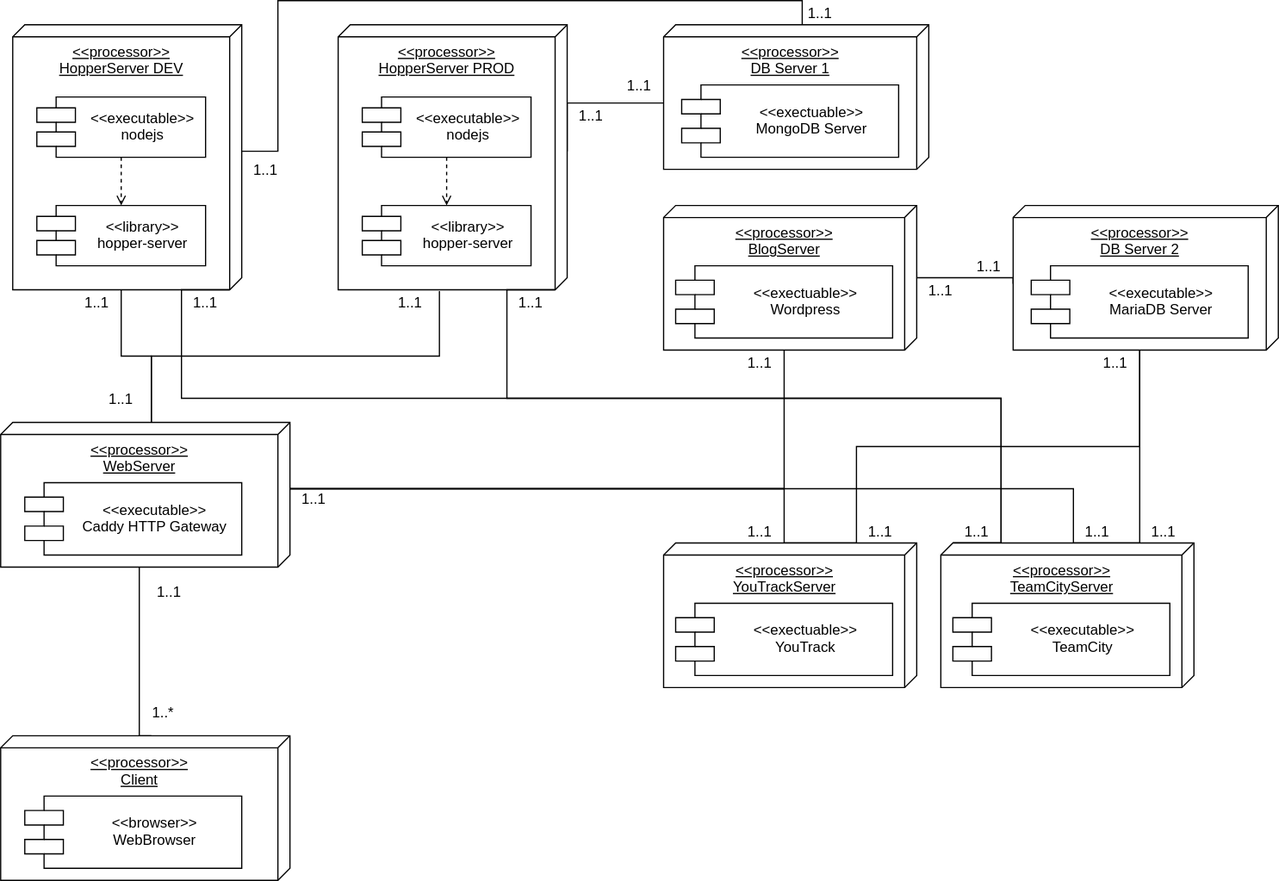
The draw.io diagram img/deployment.svg in hopperteam/hopper-doc, before a commit. Source tidied: cells renumbered, new cells last; positions are measured from the earlier drawing's top-left corner, leaving out a move shared by most shapes.
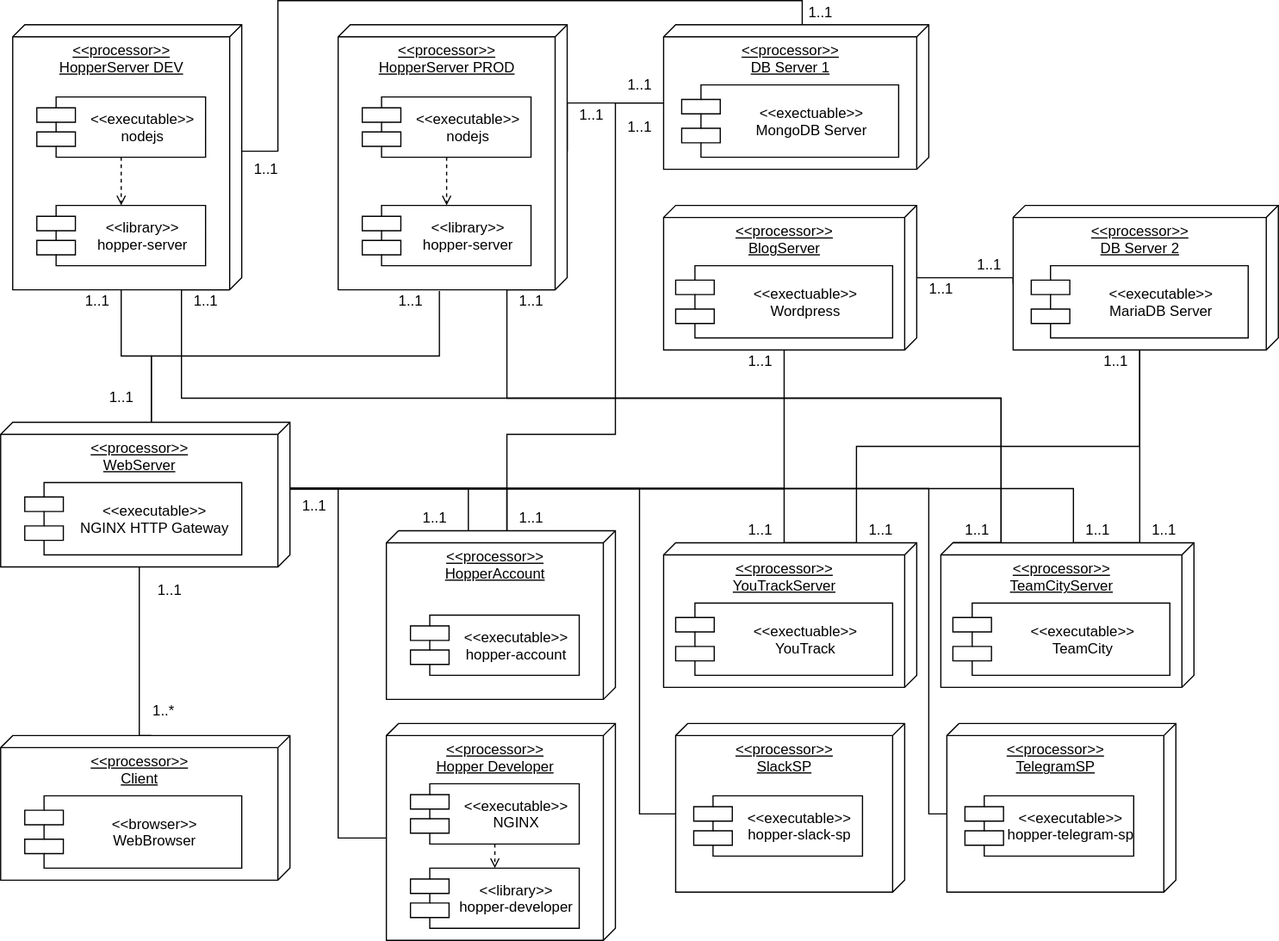
The same diagram one commit later.

The edit, as a diff of the source:
```diff
@@ -5,6 +5,36 @@
     <mxCell id="2" style="edgeStyle=orthogonalEdgeStyle;rounded=0;jettySize=auto;html=1;exitX=0;exitY=0;exitDx=0;exitDy=115;exitPerimeter=0;entryX=1.005;entryY=0.558;entryDx=0;entryDy=0;entryPerimeter=0;endArrow=none;endFill=0;" parent="1" edge="1" source="3" target="6">
       <mxGeometry relative="1" as="geometry" />
     </mxCell>
+    <mxCell id="58" style="edgeStyle=orthogonalEdgeStyle;rounded=0;jettySize=auto;html=1;exitX=0;exitY=0;exitDx=55;exitDy=0;exitPerimeter=0;entryX=0;entryY=0;entryDx=0;entryDy=90;entryPerimeter=0;endArrow=none;endFill=0;" parent="1" edge="1" source="3" target="64">
+      <mxGeometry relative="1" as="geometry" />
+    </mxCell>
+    <mxCell id="59" style="edgeStyle=orthogonalEdgeStyle;rounded=0;jettySize=auto;html=1;exitX=0;exitY=0;exitDx=55;exitDy=0;exitPerimeter=0;entryX=0;entryY=0.642;entryDx=0;entryDy=0;entryPerimeter=0;endArrow=none;endFill=0;" parent="1" edge="1" source="3" target="64">
+      <mxGeometry relative="1" as="geometry" />
+    </mxCell>
+    <mxCell id="60" style="edgeStyle=orthogonalEdgeStyle;rounded=0;jettySize=auto;html=1;exitX=0;exitY=0;exitDx=55;exitDy=0;exitPerimeter=0;entryX=0;entryY=0;entryDx=95;entryDy=190;entryPerimeter=0;endArrow=none;endFill=0;" parent="1" edge="1" source="3" target="73">
+      <mxGeometry relative="1" as="geometry">
+        <Array as="points">
+          <mxPoint x="280" y="405" />
+          <mxPoint x="280" y="695" />
+        </Array>
+      </mxGeometry>
+    </mxCell>
+    <mxCell id="61" style="edgeStyle=orthogonalEdgeStyle;rounded=0;jettySize=auto;html=1;exitX=0;exitY=0;exitDx=55;exitDy=0;exitPerimeter=0;entryX=0;entryY=0;entryDx=75;entryDy=190;entryPerimeter=0;endArrow=none;endFill=0;" parent="1" edge="1" source="3" target="69">
+      <mxGeometry relative="1" as="geometry">
+        <Array as="points">
+          <mxPoint x="530" y="405" />
+          <mxPoint x="530" y="675" />
+        </Array>
+      </mxGeometry>
+    </mxCell>
+    <mxCell id="62" style="edgeStyle=orthogonalEdgeStyle;rounded=0;jettySize=auto;html=1;exitX=0;exitY=0;exitDx=55;exitDy=0;exitPerimeter=0;entryX=0;entryY=0;entryDx=75;entryDy=190;entryPerimeter=0;endArrow=none;endFill=0;" parent="1" edge="1" source="3" target="71">
+      <mxGeometry relative="1" as="geometry">
+        <Array as="points">
+          <mxPoint x="770" y="405" />
+          <mxPoint x="770" y="675" />
+        </Array>
+      </mxGeometry>
+    </mxCell>
     <mxCell id="3" value="&amp;lt;&amp;lt;processor&amp;gt;&amp;gt;&lt;br&gt;WebServer" style="verticalAlign=top;align=center;spacingTop=8;spacingLeft=2;spacingRight=12;shape=cube;size=10;direction=south;fontStyle=4;html=1;" parent="1" vertex="1">
       <mxGeometry y="350" width="240" height="120" as="geometry" />
     </mxCell>
@@ -35,7 +65,7 @@
     <mxCell id="9" value="&amp;lt;&amp;lt;processor&amp;gt;&amp;gt;&lt;br&gt;BlogServer" style="verticalAlign=top;align=center;spacingTop=8;spacingLeft=2;spacingRight=12;shape=cube;size=10;direction=south;fontStyle=4;html=1;" parent="1" vertex="1">
       <mxGeometry x="550" y="170" width="210" height="120" as="geometry" />
     </mxCell>
-    <mxCell id="10" value="&lt;&lt;executable&gt;&gt;&#10;Caddy HTTP Gateway" style="shape=component;align=center;spacingLeft=36;" parent="1" vertex="1">
+    <mxCell id="10" value="&lt;&lt;executable&gt;&gt;&#10;NGINX HTTP Gateway" style="shape=component;align=center;spacingLeft=36;" parent="1" vertex="1">
       <mxGeometry x="20" y="400" width="180" height="60" as="geometry" />
     </mxCell>
     <mxCell id="11" value="&lt;&lt;exectuable&gt;&gt;&#10;MongoDB Server" style="shape=component;align=center;spacingLeft=36;" parent="1" vertex="1">
@@ -195,7 +225,7 @@
       <mxGeometry x="945" y="430" width="40" height="20" as="geometry" />
     </mxCell>
     <mxCell id="50" value="1..1" style="text;html=1;align=center;verticalAlign=middle;" parent="1" vertex="1">
-      <mxGeometry x="240" y="403" width="40" height="20" as="geometry" />
+      <mxGeometry x="240" y="410" width="40" height="20" as="geometry" />
     </mxCell>
     <mxCell id="51" value="1..1" style="text;html=1;align=center;verticalAlign=middle;" parent="1" vertex="1">
       <mxGeometry x="150" y="240" width="40" height="20" as="geometry" />
@@ -218,5 +248,53 @@
     <mxCell id="57" value="1..1" style="text;html=1;align=center;verticalAlign=middle;" parent="1" vertex="1">
       <mxGeometry x="800" y="210" width="40" height="20" as="geometry" />
     </mxCell>
+    <mxCell id="63" style="edgeStyle=orthogonalEdgeStyle;rounded=0;jettySize=auto;html=1;exitX=0;exitY=0;exitDx=0;exitDy=90;exitPerimeter=0;entryX=0;entryY=0;entryDx=65;entryDy=220;entryPerimeter=0;endArrow=none;endFill=0;" parent="1" edge="1" source="64" target="4">
+      <mxGeometry relative="1" as="geometry">
+        <Array as="points">
+          <mxPoint x="420" y="360" />
+          <mxPoint x="510" y="360" />
+          <mxPoint x="510" y="85" />
+        </Array>
+      </mxGeometry>
+    </mxCell>
+    <mxCell id="64" value="&amp;lt;&amp;lt;processor&amp;gt;&amp;gt;&lt;br&gt;HopperAccount" style="verticalAlign=top;align=center;spacingTop=8;spacingLeft=2;spacingRight=12;shape=cube;size=10;direction=south;fontStyle=4;html=1;" parent="1" vertex="1">
+      <mxGeometry x="320" y="440" width="190" height="140" as="geometry" />
+    </mxCell>
+    <mxCell id="65" value="&lt;&lt;executable&gt;&gt;&#10;hopper-account" style="shape=component;align=center;spacingLeft=36;" parent="1" vertex="1">
+      <mxGeometry x="340" y="510" width="140" height="50" as="geometry" />
+    </mxCell>
+    <mxCell id="66" value="1..1" style="text;html=1;align=center;verticalAlign=middle;" parent="1" vertex="1">
+      <mxGeometry x="420" y="420" width="40" height="20" as="geometry" />
+    </mxCell>
+    <mxCell id="67" value="1..1" style="text;html=1;align=center;verticalAlign=middle;" parent="1" vertex="1">
+      <mxGeometry x="510" y="95" width="40" height="20" as="geometry" />
+    </mxCell>
+    <mxCell id="68" value="1..1" style="text;html=1;align=center;verticalAlign=middle;" parent="1" vertex="1">
+      <mxGeometry x="340" y="420" width="40" height="20" as="geometry" />
+    </mxCell>
+    <mxCell id="69" value="&amp;lt;&amp;lt;processor&amp;gt;&amp;gt;&lt;br&gt;SlackSP&lt;br&gt;" style="verticalAlign=top;align=center;spacingTop=8;spacingLeft=2;spacingRight=12;shape=cube;size=10;direction=south;fontStyle=4;html=1;" parent="1" vertex="1">
+      <mxGeometry x="560" y="600" width="190" height="140" as="geometry" />
+    </mxCell>
+    <mxCell id="70" value="&lt;&lt;executable&gt;&gt;&#10;hopper-slack-sp" style="shape=component;align=center;spacingLeft=36;" parent="1" vertex="1">
+      <mxGeometry x="575" y="660" width="140" height="50" as="geometry" />
+    </mxCell>
+    <mxCell id="71" value="&amp;lt;&amp;lt;processor&amp;gt;&amp;gt;&lt;br&gt;TelegramSP" style="verticalAlign=top;align=center;spacingTop=8;spacingLeft=2;spacingRight=12;shape=cube;size=10;direction=south;fontStyle=4;html=1;" parent="1" vertex="1">
+      <mxGeometry x="785" y="600" width="190" height="140" as="geometry" />
+    </mxCell>
+    <mxCell id="72" value="&lt;&lt;executable&gt;&gt;&#10;hopper-telegram-sp" style="shape=component;align=center;spacingLeft=36;" parent="1" vertex="1">
+      <mxGeometry x="800" y="660" width="140" height="50" as="geometry" />
+    </mxCell>
+    <mxCell id="73" value="&amp;lt;&amp;lt;processor&amp;gt;&amp;gt;&lt;br&gt;Hopper Developer&lt;br&gt;" style="verticalAlign=top;align=center;spacingTop=8;spacingLeft=2;spacingRight=12;shape=cube;size=10;direction=south;fontStyle=4;html=1;" parent="1" vertex="1">
+      <mxGeometry x="320" y="600" width="190" height="180" as="geometry" />
+    </mxCell>
+    <mxCell id="74" style="edgeStyle=orthogonalEdgeStyle;rounded=0;jettySize=auto;html=1;exitX=0.5;exitY=1;exitDx=0;exitDy=0;entryX=0.5;entryY=0;entryDx=0;entryDy=0;dashed=1;endArrow=open;endFill=0;" parent="1" edge="1" source="75" target="76">
+      <mxGeometry relative="1" as="geometry" />
+    </mxCell>
+    <mxCell id="75" value="&lt;&lt;executable&gt;&gt;&#10;NGINX" style="shape=component;align=center;spacingLeft=36;" parent="1" vertex="1">
+      <mxGeometry x="340" y="650" width="140" height="50" as="geometry" />
+    </mxCell>
+    <mxCell id="76" value="&lt;&lt;library&gt;&gt;&#10;hopper-developer" style="shape=component;align=center;spacingLeft=36;" parent="1" vertex="1">
+      <mxGeometry x="340" y="720" width="140" height="50" as="geometry" />
+    </mxCell>
   </root>
 </mxGraphModel>
```
